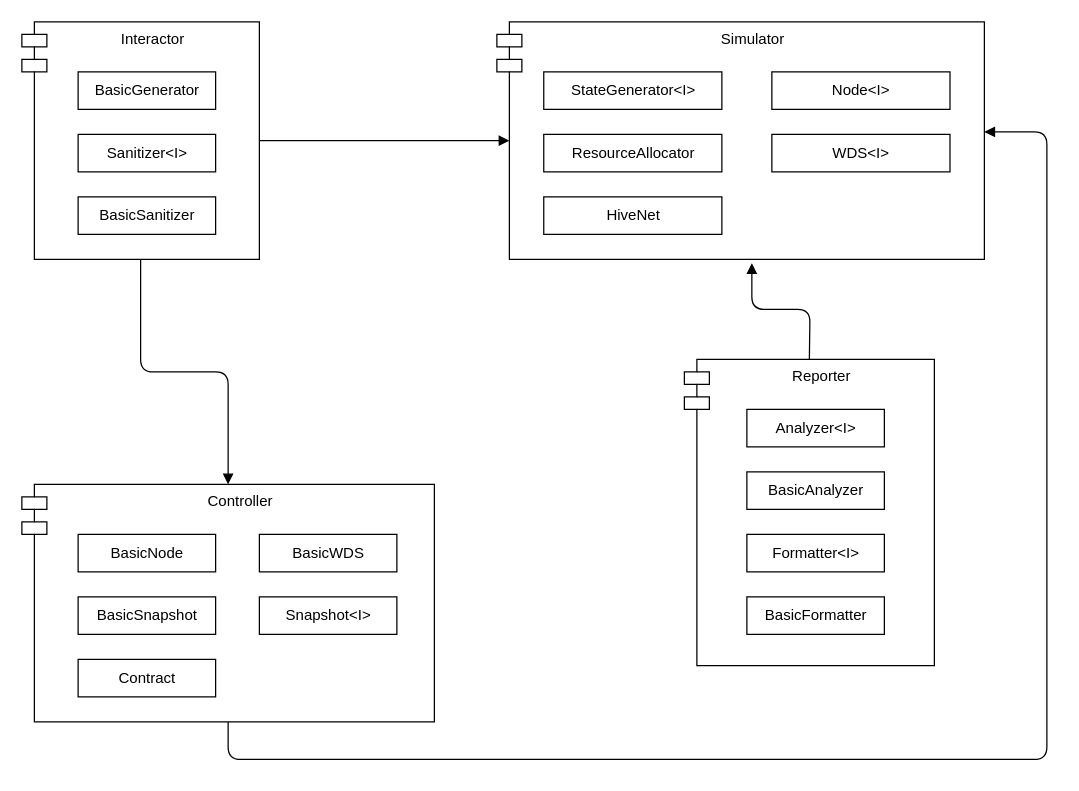
The draw.io diagram page "Page-1" (1 of 3) of specs/DesignSpecs.drawio in arstevens/hive-sim, before the edit. Source tidied: cells renumbered, new cells numbered last; positions are measured from the earlier drawing's top-left corner, leaving out a move shared by most shapes. Both pictures are drawn from the tidied source at 125%, with x=0, y=0 at pixel (21, 21).
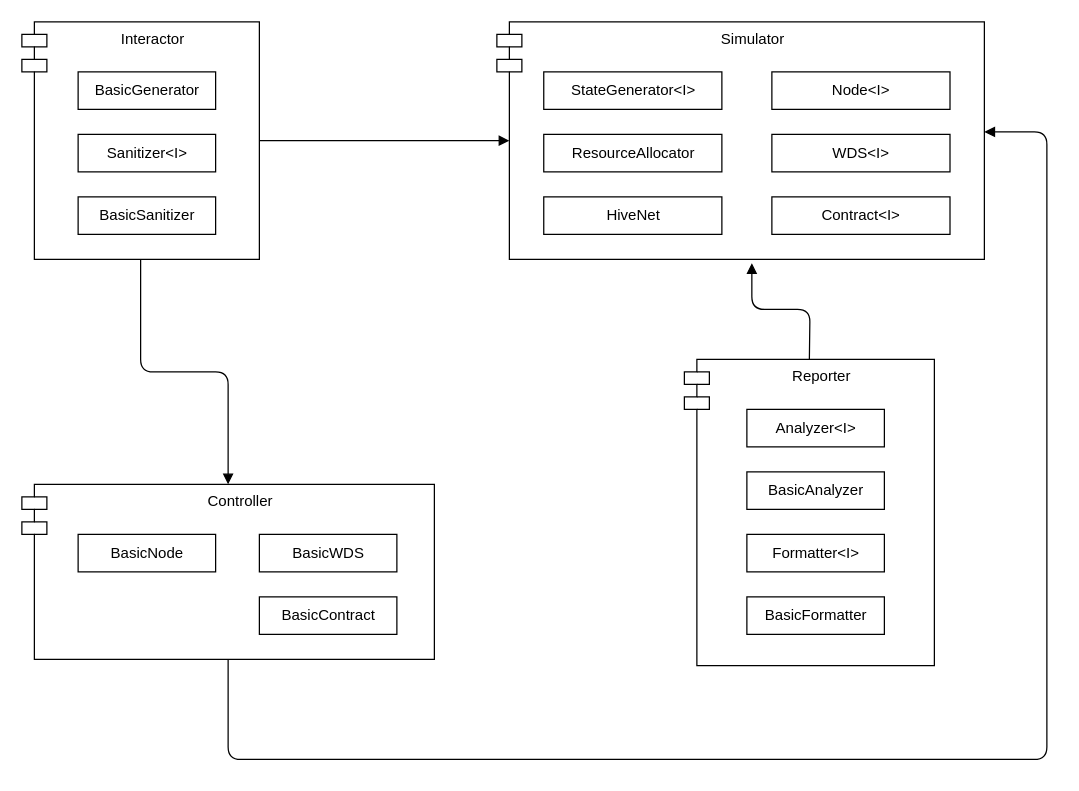
After the change.

The edit, as a diff of the source:
```diff
@@
     <mxCell id="12" value="Controller" style="shape=module;align=left;spacingLeft=20;align=center;verticalAlign=top;" parent="1" vertex="1">
-      <mxGeometry y="370" width="330" height="190" as="geometry" />
+      <mxGeometry y="370" width="330" height="140" as="geometry" />
     </mxCell>
@@
-    <mxCell id="14" value="BasicSnapshot" style="html=1;" parent="1" vertex="1">
-      <mxGeometry x="45" y="460" width="110" height="30" as="geometry" />
-    </mxCell>
@@
-    <mxCell id="16" value="Snapshot&amp;lt;I&amp;gt;" style="html=1;" parent="1" vertex="1">
-      <mxGeometry x="190" y="460" width="110" height="30" as="geometry" />
-    </mxCell>
@@
-    <mxCell id="30" value="Contract" style="html=1;" parent="1" vertex="1">
-      <mxGeometry x="45" y="510" width="110" height="30" as="geometry" />
+    <mxCell id="30" value="BasicContract" style="html=1;" parent="1" vertex="1">
+      <mxGeometry x="190" y="460" width="110" height="30" as="geometry" />
     </mxCell>
+    <mxCell id="31" value="Contract&amp;lt;I&amp;gt;" style="html=1;" parent="1" vertex="1">
+      <mxGeometry x="600" y="140" width="142.5" height="30" as="geometry" />
+    </mxCell>
```
